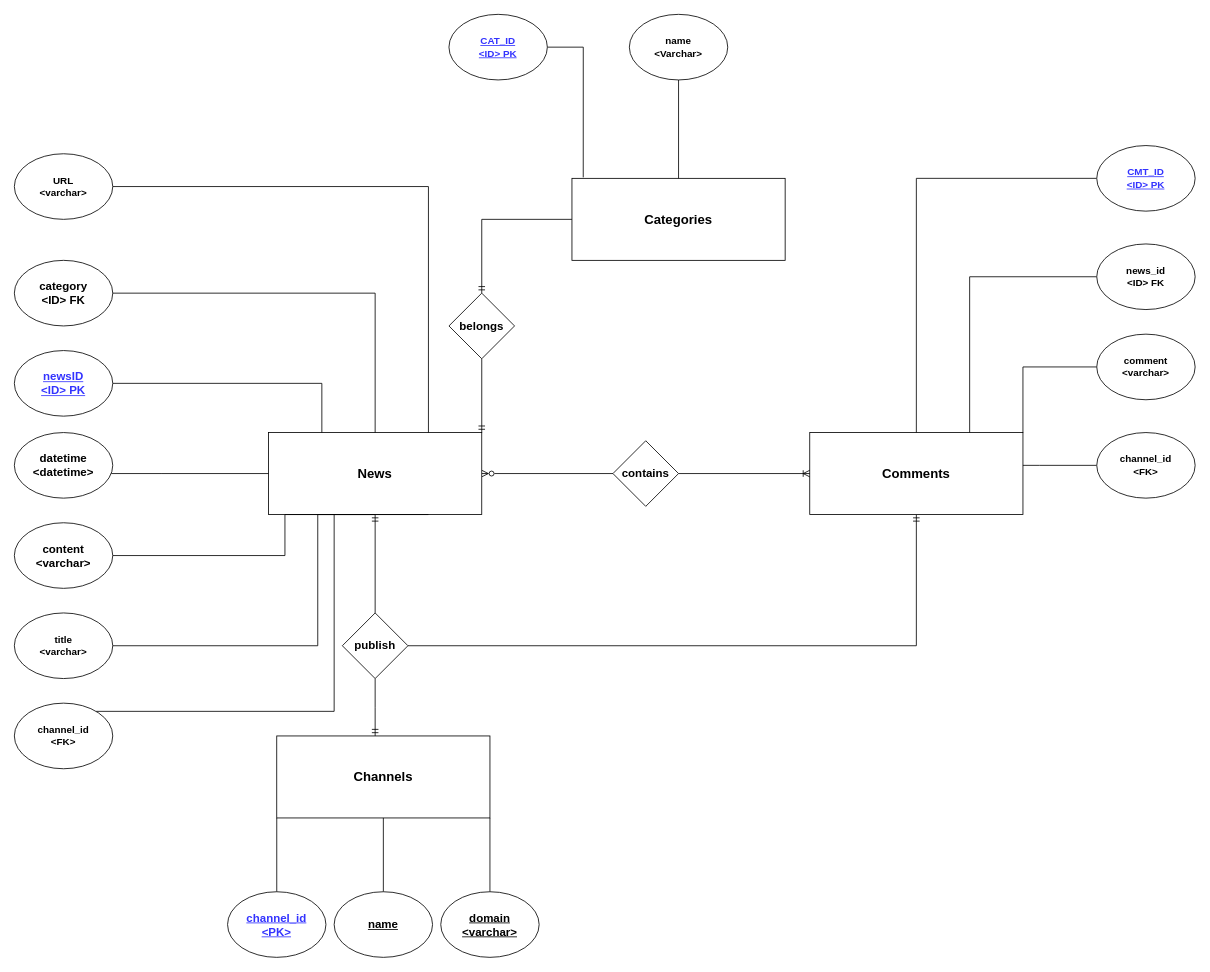
This is news_dataset.drawio from xiaochen93/xiaochen93, a draw.io file, before an edit. Source tidied: cells renumbered, new cells numbered last; positions are measured from the earlier drawing's top-left corner, leaving out a move shared by most shapes. Both pictures are drawn from the tidied source at 82%, with x=0, y=0 at pixel (14, 14).
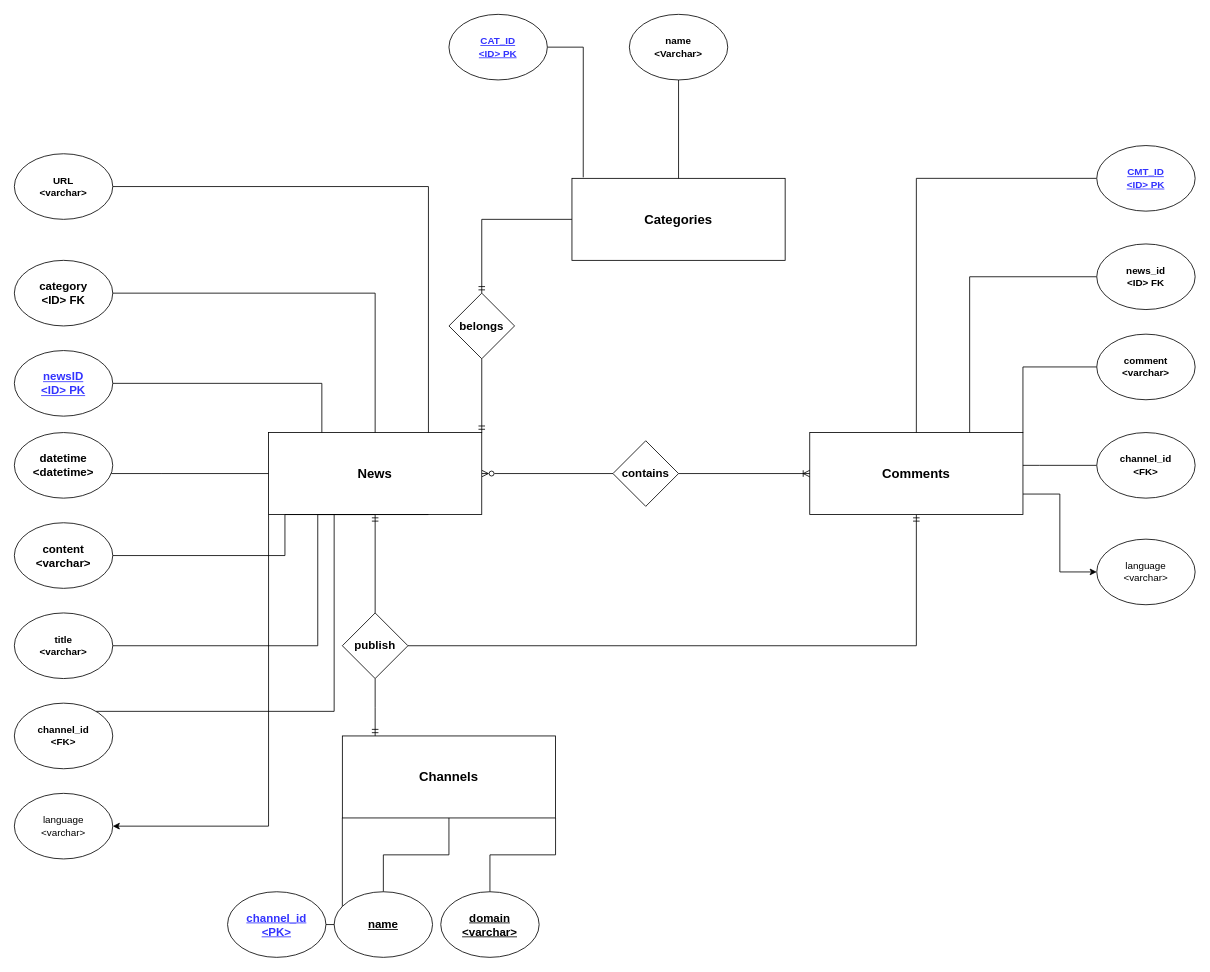
Above is the later version.

Unchanged cells that the change refers to:
```xml
<mxCell id="5" value="News" style="rounded=0;whiteSpace=wrap;html=1;fontSize=16;fontStyle=1;" parent="1" vertex="1">
  <mxGeometry x="310" y="510" width="260" height="100" as="geometry" />
</mxCell>
<mxCell id="19" value="Comments" style="rounded=0;whiteSpace=wrap;html=1;fontSize=16;fontStyle=1;" parent="1" vertex="1">
  <mxGeometry x="970" y="510" width="260" height="100" as="geometry" />
</mxCell>
```

What changed in the source:
```diff
@@
+    <mxCell id="48" style="edgeStyle=orthogonalEdgeStyle;rounded=0;jettySize=auto;html=1;entryX=1;entryY=0.5;entryDx=0;entryDy=0;" parent="1" edge="1" source="5" target="50">
+      <mxGeometry relative="1" as="geometry">
+        <Array as="points">
+          <mxPoint x="310" y="990" />
+        </Array>
+      </mxGeometry>
+    </mxCell>
@@
+    <mxCell id="49" style="edgeStyle=orthogonalEdgeStyle;rounded=0;jettySize=auto;html=1;exitX=1;exitY=0.75;exitDx=0;exitDy=0;entryX=0;entryY=0.5;entryDx=0;entryDy=0;" parent="1" edge="1" source="19" target="51">
+      <mxGeometry relative="1" as="geometry" />
+    </mxCell>
@@
     <mxCell id="28" value="Channels" style="rounded=0;whiteSpace=wrap;html=1;fontSize=16;fontStyle=1;" parent="1" vertex="1">
-      <mxGeometry x="320" y="880" width="260" height="100" as="geometry" />
+      <mxGeometry x="400" y="880" width="260" height="100" as="geometry" />
     </mxCell>
@@
+    <mxCell id="50" value="language&lt;br&gt;&amp;lt;varchar&amp;gt;" style="ellipse;whiteSpace=wrap;html=1;" parent="1" vertex="1">
+      <mxGeometry y="950" width="120" height="80" as="geometry" />
+    </mxCell>
+    <mxCell id="51" value="language&lt;br&gt;&amp;lt;varchar&amp;gt;" style="ellipse;whiteSpace=wrap;html=1;" parent="1" vertex="1">
+      <mxGeometry x="1320" y="640" width="120" height="80" as="geometry" />
+    </mxCell>
```
